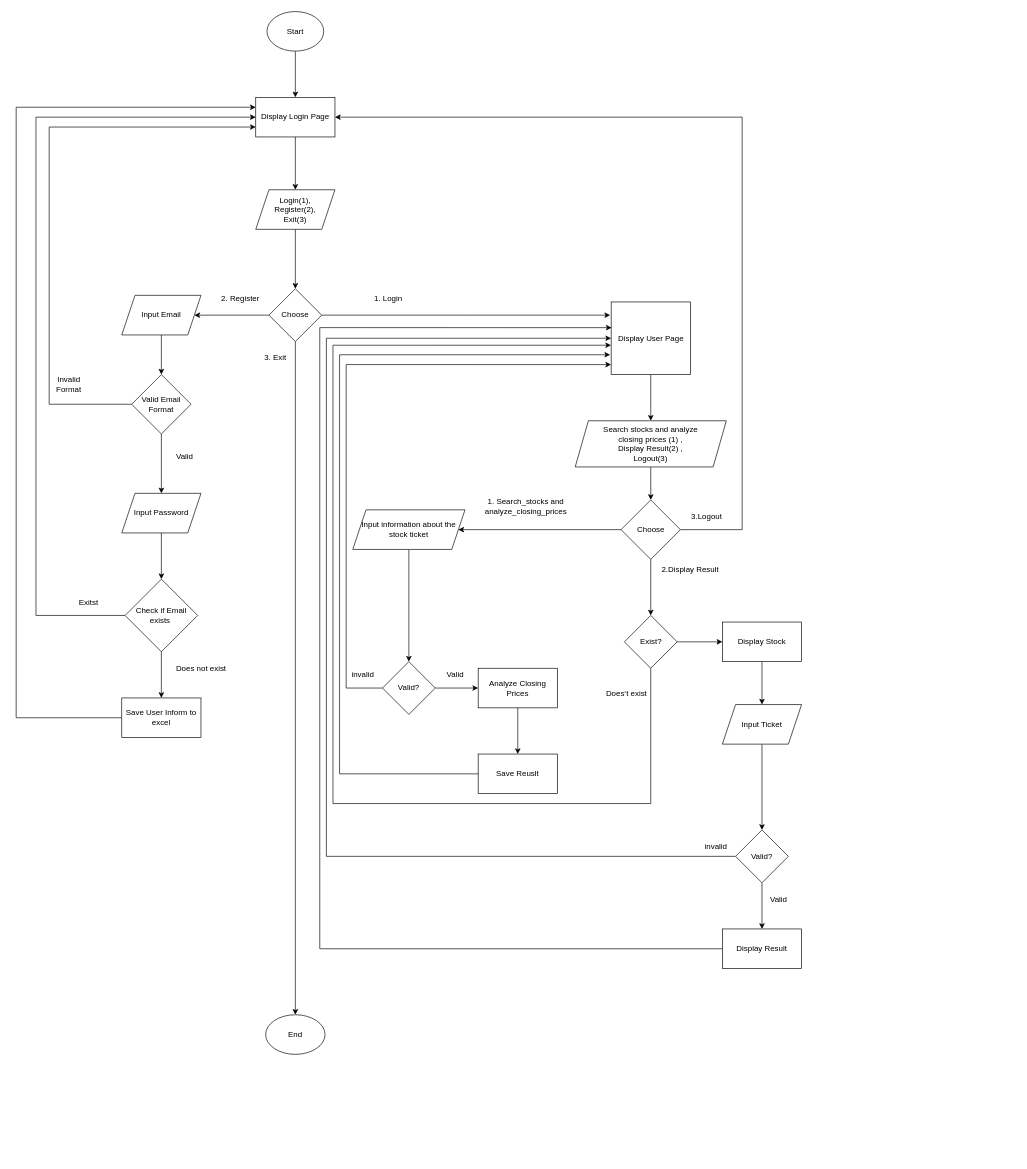
Before: Flowchart.drawio in TZWey/Individual-Project-Stock-Selection-Tool-, a draw.io diagram. Source tidied: cells renumbered, new cells numbered last; positions are measured from the earlier drawing's top-left corner, leaving out a move shared by most shapes. Both pictures are drawn from the tidied source at 66%, with x=0, y=0 at pixel (16, 11).
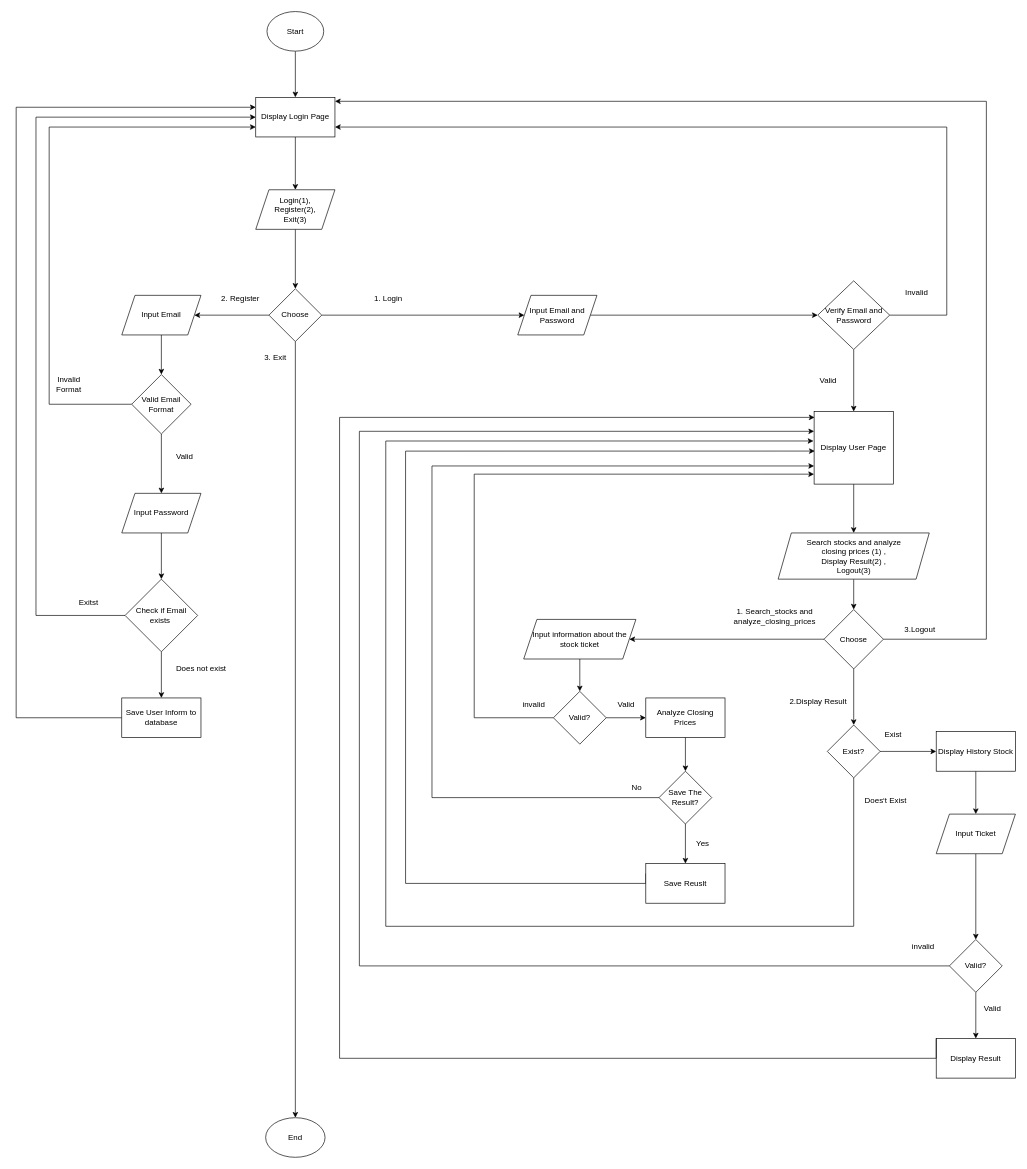
The same page after the edit.

Unchanged cells that the change refers to:
```xml
<mxCell id="6" value="Choose" style="rhombus;whiteSpace=wrap;html=1;" parent="1" vertex="1">
  <mxGeometry x="383" y="420" width="80" height="80" as="geometry" />
</mxCell>
<mxCell id="10" value="Display Login Page" style="rounded=0;whiteSpace=wrap;html=1;" parent="1" vertex="1">
  <mxGeometry x="363" y="130" width="120" height="60" as="geometry" />
</mxCell>
```

Diff of the diagram source:
```diff
@@
-    <mxCell id="5" style="edgeStyle=orthogonalEdgeStyle;rounded=0;jettySize=auto;html=1;" parent="1" edge="1" source="6">
-      <mxGeometry relative="1" as="geometry">
-        <mxPoint x="900" y="460" as="targetPoint" />
-      </mxGeometry>
-    </mxCell>
+    <mxCell id="69" style="edgeStyle=orthogonalEdgeStyle;rounded=0;jettySize=auto;html=1;entryX=0;entryY=0.5;entryDx=0;entryDy=0;" parent="1" edge="1" source="6" target="74">
+      <mxGeometry relative="1" as="geometry" />
+    </mxCell>
@@
     <mxCell id="7" value="End" style="ellipse;whiteSpace=wrap;html=1;" parent="1" vertex="1">
-      <mxGeometry x="378" y="1520" width="90" height="60" as="geometry" />
+      <mxGeometry x="378" y="1676" width="90" height="60" as="geometry" />
     </mxCell>
@@
-    <mxCell id="26" value="Save User Inform to excel" style="rounded=0;whiteSpace=wrap;html=1;" parent="1" vertex="1">
+    <mxCell id="26" value="Save User Inform to database" style="rounded=0;whiteSpace=wrap;html=1;" parent="1" vertex="1">
       <mxGeometry x="160" y="1040" width="120" height="60" as="geometry" />
     </mxCell>
@@
     <mxCell id="33" value="Display User Page" style="rounded=0;whiteSpace=wrap;html=1;" parent="1" vertex="1">
-      <mxGeometry x="901.5" y="440" width="120" height="110" as="geometry" />
+      <mxGeometry x="1209" y="606" width="120" height="110" as="geometry" />
     </mxCell>
-    <mxCell id="34" style="edgeStyle=orthogonalEdgeStyle;rounded=0;jettySize=auto;html=1;entryX=1;entryY=0.5;entryDx=0;entryDy=0;" parent="1" edge="1" source="37" target="10">
+    <mxCell id="34" style="edgeStyle=orthogonalEdgeStyle;rounded=0;jettySize=auto;html=1;entryX=1;entryY=0.5;entryDx=0;entryDy=0;exitX=1;exitY=0.5;exitDx=0;exitDy=0;" parent="1" edge="1" source="37">
       <mxGeometry relative="1" as="geometry">
+        <mxPoint x="483" y="136" as="targetPoint" />
         <Array as="points">
-          <mxPoint x="1100" y="785" />
-          <mxPoint x="1100" y="160" />
+          <mxPoint x="1470" y="951" />
+          <mxPoint x="1470" y="136" />
         </Array>
       </mxGeometry>
     </mxCell>
@@
     <mxCell id="37" value="Choose" style="rhombus;whiteSpace=wrap;html=1;" parent="1" vertex="1">
-      <mxGeometry x="916.5" y="740" width="90" height="90" as="geometry" />
+      <mxGeometry x="1224" y="906" width="90" height="90" as="geometry" />
     </mxCell>
@@
     <mxCell id="39" value="Search stocks and analyze&lt;div&gt;&lt;span style=&quot;background-color: initial;&quot;&gt;closing prices (1)&amp;nbsp;&lt;/span&gt;&lt;span style=&quot;background-color: initial;&quot;&gt;,&lt;/span&gt;&lt;div&gt;&lt;div&gt;Display Result(2) ,&lt;div&gt;&lt;span style=&quot;background-color: initial;&quot;&gt;Logout(3)&lt;/span&gt;&lt;/div&gt;&lt;/div&gt;&lt;/div&gt;&lt;/div&gt;" style="shape=parallelogram;perimeter=parallelogramPerimeter;whiteSpace=wrap;html=1;fixedSize=1;" parent="1" vertex="1">
-      <mxGeometry x="847" y="620" width="229" height="70" as="geometry" />
+      <mxGeometry x="1154.5" y="790" width="229" height="70" as="geometry" />
     </mxCell>
     <mxCell id="40" value="3.Logout" style="text;html=1;align=center;verticalAlign=middle;strokeColor=none;fillColor=none;" parent="1" vertex="1">
-      <mxGeometry x="1010.5" y="750" width="70" height="30" as="geometry" />
+      <mxGeometry x="1334" y="921" width="70" height="30" as="geometry" />
     </mxCell>
@@
     <mxCell id="42" value="Input information about the stock ticket" style="shape=parallelogram;perimeter=parallelogramPerimeter;whiteSpace=wrap;html=1;fixedSize=1;" parent="1" vertex="1">
-      <mxGeometry x="510" y="755" width="170" height="60" as="geometry" />
+      <mxGeometry x="769" y="921" width="170" height="60" as="geometry" />
     </mxCell>
@@
     <mxCell id="44" style="edgeStyle=orthogonalEdgeStyle;rounded=0;jettySize=auto;html=1;entryX=-0.001;entryY=0.863;entryDx=0;entryDy=0;entryPerimeter=0;" parent="1" edge="1" source="45" target="33">
       <mxGeometry relative="1" as="geometry">
         <Array as="points">
-          <mxPoint x="500" y="1025" />
-          <mxPoint x="500" y="535" />
+          <mxPoint x="694" y="1070" />
+          <mxPoint x="694" y="701" />
         </Array>
       </mxGeometry>
     </mxCell>
     <mxCell id="45" value="Valid?" style="rhombus;whiteSpace=wrap;html=1;" parent="1" vertex="1">
-      <mxGeometry x="555" y="985" width="80" height="80" as="geometry" />
+      <mxGeometry x="814" y="1030" width="80" height="80" as="geometry" />
     </mxCell>
     <mxCell id="46" value="invalid" style="text;html=1;align=center;verticalAlign=middle;strokeColor=none;fillColor=none;" parent="1" vertex="1">
-      <mxGeometry x="495" y="990" width="60" height="30" as="geometry" />
+      <mxGeometry x="754" y="1035" width="60" height="30" as="geometry" />
     </mxCell>
-    <mxCell id="47" style="edgeStyle=orthogonalEdgeStyle;rounded=0;jettySize=auto;html=1;" parent="1" edge="1" source="48" target="51">
+    <mxCell id="47" style="edgeStyle=orthogonalEdgeStyle;rounded=0;jettySize=auto;html=1;" parent="1" edge="1" source="79" target="51">
       <mxGeometry relative="1" as="geometry" />
     </mxCell>
     <mxCell id="48" value="Analyze Closing Prices" style="rounded=0;whiteSpace=wrap;html=1;" parent="1" vertex="1">
-      <mxGeometry x="700" y="995" width="120" height="60" as="geometry" />
+      <mxGeometry x="954" y="1040" width="120" height="60" as="geometry" />
     </mxCell>
     <mxCell id="49" value="Valid" style="text;html=1;align=center;verticalAlign=middle;strokeColor=none;fillColor=none;" parent="1" vertex="1">
-      <mxGeometry x="640" y="990" width="50" height="30" as="geometry" />
+      <mxGeometry x="899" y="1035" width="50" height="30" as="geometry" />
     </mxCell>
-    <mxCell id="50" style="edgeStyle=orthogonalEdgeStyle;rounded=0;jettySize=auto;html=1;" parent="1" edge="1" source="51">
+    <mxCell id="50" style="edgeStyle=orthogonalEdgeStyle;rounded=0;jettySize=auto;html=1;entryX=0.008;entryY=0.545;entryDx=0;entryDy=0;exitX=0;exitY=0.25;exitDx=0;exitDy=0;entryPerimeter=0;" parent="1" edge="1" source="51" target="33">
       <mxGeometry relative="1" as="geometry">
-        <mxPoint x="900" y="520" as="targetPoint" />
         <Array as="points">
-          <mxPoint x="490" y="1155" />
-          <mxPoint x="490" y="520" />
+          <mxPoint x="954" y="1321" />
+          <mxPoint x="590" y="1321" />
+          <mxPoint x="590" y="666" />
         </Array>
       </mxGeometry>
     </mxCell>
     <mxCell id="51" value="Save Reuslt" style="rounded=0;whiteSpace=wrap;html=1;" parent="1" vertex="1">
-      <mxGeometry x="700" y="1125" width="120" height="60" as="geometry" />
+      <mxGeometry x="954" y="1291" width="120" height="60" as="geometry" />
     </mxCell>
     <mxCell id="52" value="2.Display Result" style="text;html=1;align=center;verticalAlign=middle;strokeColor=none;fillColor=none;" parent="1" vertex="1">
-      <mxGeometry x="966" y="830" width="110" height="30" as="geometry" />
+      <mxGeometry x="1160" y="1030" width="110" height="30" as="geometry" />
     </mxCell>
     <mxCell id="53" value="1.&amp;nbsp;&lt;span style=&quot;text-wrap-mode: wrap;&quot;&gt;Search_stocks and&lt;/span&gt;&lt;div style=&quot;text-wrap-mode: wrap;&quot;&gt;analyze_closing_prices&lt;/div&gt;" style="text;html=1;align=center;verticalAlign=middle;strokeColor=none;fillColor=none;" parent="1" vertex="1">
-      <mxGeometry x="697" y="730" width="150" height="40" as="geometry" />
+      <mxGeometry x="1074" y="896" width="150" height="40" as="geometry" />
     </mxCell>
@@
     <mxCell id="55" value="Exist?" style="rhombus;whiteSpace=wrap;html=1;" parent="1" vertex="1">
-      <mxGeometry x="921.5" y="915" width="80" height="80" as="geometry" />
+      <mxGeometry x="1229" y="1081" width="80" height="80" as="geometry" />
     </mxCell>
-    <mxCell id="56" style="edgeStyle=orthogonalEdgeStyle;rounded=0;jettySize=auto;html=1;entryX=-0.001;entryY=0.596;entryDx=0;entryDy=0;entryPerimeter=0;" parent="1" edge="1" source="55" target="33">
-      <mxGeometry relative="1" as="geometry">
-        <Array as="points">
-          <mxPoint x="962" y="1200" />
-          <mxPoint x="480" y="1200" />
-          <mxPoint x="480" y="506" />
-        </Array>
-      </mxGeometry>
-    </mxCell>
-    <mxCell id="57" value="Does‘t exist" style="text;whiteSpace=wrap;" parent="1" vertex="1">
-      <mxGeometry x="891.5" y="1020" width="110" height="40" as="geometry" />
+    <mxCell id="57" value="Does‘t Exist" style="text;whiteSpace=wrap;" parent="1" vertex="1">
+      <mxGeometry x="1284" y="1181" width="110" height="40" as="geometry" />
     </mxCell>
@@
-    <mxCell id="59" value="Display Stock" style="rounded=0;whiteSpace=wrap;html=1;" parent="1" vertex="1">
-      <mxGeometry x="1070" y="925" width="120" height="60" as="geometry" />
+    <mxCell id="59" value="Display History Stock" style="rounded=0;whiteSpace=wrap;html=1;" parent="1" vertex="1">
+      <mxGeometry x="1394" y="1091" width="120" height="60" as="geometry" />
     </mxCell>
@@
     <mxCell id="61" value="Input Ticket" style="shape=parallelogram;perimeter=parallelogramPerimeter;whiteSpace=wrap;html=1;fixedSize=1;" parent="1" vertex="1">
-      <mxGeometry x="1070" y="1050" width="120" height="60" as="geometry" />
+      <mxGeometry x="1394" y="1216" width="120" height="60" as="geometry" />
     </mxCell>
@@
-    <mxCell id="63" style="edgeStyle=orthogonalEdgeStyle;rounded=0;jettySize=auto;html=1;entryX=0;entryY=0.5;entryDx=0;entryDy=0;" parent="1" edge="1" source="64" target="33">
+    <mxCell id="63" style="edgeStyle=orthogonalEdgeStyle;rounded=0;jettySize=auto;html=1;entryX=0;entryY=0.5;entryDx=0;entryDy=0;exitX=0;exitY=0.5;exitDx=0;exitDy=0;" parent="1" edge="1" source="64">
       <mxGeometry relative="1" as="geometry">
+        <mxPoint x="1209" y="636" as="targetPoint" />
         <Array as="points">
-          <mxPoint x="470" y="1280" />
-          <mxPoint x="470" y="495" />
+          <mxPoint x="520" y="1446" />
+          <mxPoint x="520" y="636" />
         </Array>
       </mxGeometry>
     </mxCell>
     <mxCell id="64" value="Valid?" style="rhombus;whiteSpace=wrap;html=1;" parent="1" vertex="1">
-      <mxGeometry x="1090" y="1240" width="80" height="80" as="geometry" />
+      <mxGeometry x="1414" y="1406" width="80" height="80" as="geometry" />
     </mxCell>
     <mxCell id="65" value="Display Result" style="rounded=0;whiteSpace=wrap;html=1;" parent="1" vertex="1">
-      <mxGeometry x="1070" y="1390" width="120" height="60" as="geometry" />
+      <mxGeometry x="1394" y="1556" width="120" height="60" as="geometry" />
     </mxCell>
     <mxCell id="66" value="Valid" style="text;html=1;align=center;verticalAlign=middle;strokeColor=none;fillColor=none;" parent="1" vertex="1">
-      <mxGeometry x="1130" y="1330" width="50" height="30" as="geometry" />
+      <mxGeometry x="1454" y="1496" width="50" height="30" as="geometry" />
     </mxCell>
-    <mxCell id="67" style="edgeStyle=orthogonalEdgeStyle;rounded=0;jettySize=auto;html=1;entryX=0.006;entryY=0.354;entryDx=0;entryDy=0;entryPerimeter=0;" parent="1" edge="1" source="65" target="33">
+    <mxCell id="67" style="edgeStyle=orthogonalEdgeStyle;rounded=0;orthogonalLoop=1;jettySize=auto;html=1;entryX=0.006;entryY=0.354;entryDx=0;entryDy=0;entryPerimeter=0;" parent="1" edge="1">
       <mxGeometry relative="1" as="geometry">
+        <mxPoint x="1394" y="1556" as="sourcePoint" />
+        <mxPoint x="1209.7" y="614.9" as="targetPoint" />
         <Array as="points">
-          <mxPoint x="460" y="1420" />
-          <mxPoint x="460" y="479" />
+          <mxPoint x="1394" y="1586" />
+          <mxPoint x="490" y="1586" />
+          <mxPoint x="490" y="615" />
         </Array>
       </mxGeometry>
     </mxCell>
     <mxCell id="68" value="invalid" style="text;html=1;align=center;verticalAlign=middle;strokeColor=none;fillColor=none;" parent="1" vertex="1">
-      <mxGeometry x="1030" y="1250" width="60" height="30" as="geometry" />
+      <mxGeometry x="1344" y="1402" width="60" height="30" as="geometry" />
     </mxCell>
+    <mxCell id="70" style="edgeStyle=orthogonalEdgeStyle;rounded=0;jettySize=auto;html=1;" parent="1" edge="1" source="72" target="33">
+      <mxGeometry relative="1" as="geometry" />
+    </mxCell>
+    <mxCell id="71" style="edgeStyle=orthogonalEdgeStyle;rounded=0;jettySize=auto;html=1;entryX=1;entryY=0.75;entryDx=0;entryDy=0;" parent="1" edge="1" source="72" target="10">
+      <mxGeometry relative="1" as="geometry">
+        <Array as="points">
+          <mxPoint x="1410" y="460" />
+          <mxPoint x="1410" y="175" />
+        </Array>
+      </mxGeometry>
+    </mxCell>
+    <mxCell id="72" value="Verify Email and Password" style="rhombus;whiteSpace=wrap;html=1;" parent="1" vertex="1">
+      <mxGeometry x="1214.5" y="408" width="109" height="104" as="geometry" />
+    </mxCell>
+    <mxCell id="73" style="edgeStyle=orthogonalEdgeStyle;rounded=0;jettySize=auto;html=1;entryX=0;entryY=0.5;entryDx=0;entryDy=0;" parent="1" edge="1" source="74" target="72">
+      <mxGeometry relative="1" as="geometry" />
+    </mxCell>
+    <mxCell id="74" value="Input Email and Password" style="shape=parallelogram;perimeter=parallelogramPerimeter;whiteSpace=wrap;html=1;fixedSize=1;" parent="1" vertex="1">
+      <mxGeometry x="760" y="430" width="120" height="60" as="geometry" />
+    </mxCell>
+    <mxCell id="75" value="Valid" style="text;html=1;align=center;verticalAlign=middle;strokeColor=none;fillColor=none;" parent="1" vertex="1">
+      <mxGeometry x="1205" y="544" width="50" height="30" as="geometry" />
+    </mxCell>
+    <mxCell id="76" value="Invalid" style="text;html=1;align=center;verticalAlign=middle;strokeColor=none;fillColor=none;" parent="1" vertex="1">
+      <mxGeometry x="1334" y="411" width="60" height="30" as="geometry" />
+    </mxCell>
+    <mxCell id="56" style="edgeStyle=orthogonalEdgeStyle;rounded=0;jettySize=auto;html=1;entryX=-0.008;entryY=0.406;entryDx=0;entryDy=0;entryPerimeter=0;" parent="1" edge="1" source="55" target="33">
+      <mxGeometry relative="1" as="geometry">
+        <Array as="points">
+          <mxPoint x="1269" y="1386" />
+          <mxPoint x="560" y="1386" />
+          <mxPoint x="560" y="651" />
+        </Array>
+      </mxGeometry>
+    </mxCell>
+    <mxCell id="77" style="edgeStyle=orthogonalEdgeStyle;rounded=0;jettySize=auto;html=1;" parent="1" edge="1" source="48" target="79">
+      <mxGeometry relative="1" as="geometry" />
+    </mxCell>
+    <mxCell id="78" style="edgeStyle=orthogonalEdgeStyle;rounded=0;jettySize=auto;html=1;entryX=0;entryY=0.75;entryDx=0;entryDy=0;" parent="1" edge="1" source="79" target="33">
+      <mxGeometry relative="1" as="geometry">
+        <Array as="points">
+          <mxPoint x="630" y="1191" />
+          <mxPoint x="630" y="689" />
+        </Array>
+      </mxGeometry>
+    </mxCell>
+    <mxCell id="79" value="Save The Result?" style="rhombus;whiteSpace=wrap;html=1;" parent="1" vertex="1">
+      <mxGeometry x="974" y="1151" width="80" height="80" as="geometry" />
+    </mxCell>
+    <mxCell id="80" value="Yes" style="text;html=1;align=center;verticalAlign=middle;strokeColor=none;fillColor=none;" parent="1" vertex="1">
+      <mxGeometry x="1020" y="1246" width="40" height="30" as="geometry" />
+    </mxCell>
+    <mxCell id="81" value="No" style="text;html=1;align=center;verticalAlign=middle;strokeColor=none;fillColor=none;" parent="1" vertex="1">
+      <mxGeometry x="920" y="1161" width="40" height="30" as="geometry" />
+    </mxCell>
+    <mxCell id="82" value="Exist" style="text;whiteSpace=wrap;" parent="1" vertex="1">
+      <mxGeometry x="1314" y="1081" width="110" height="40" as="geometry" />
+    </mxCell>
```
